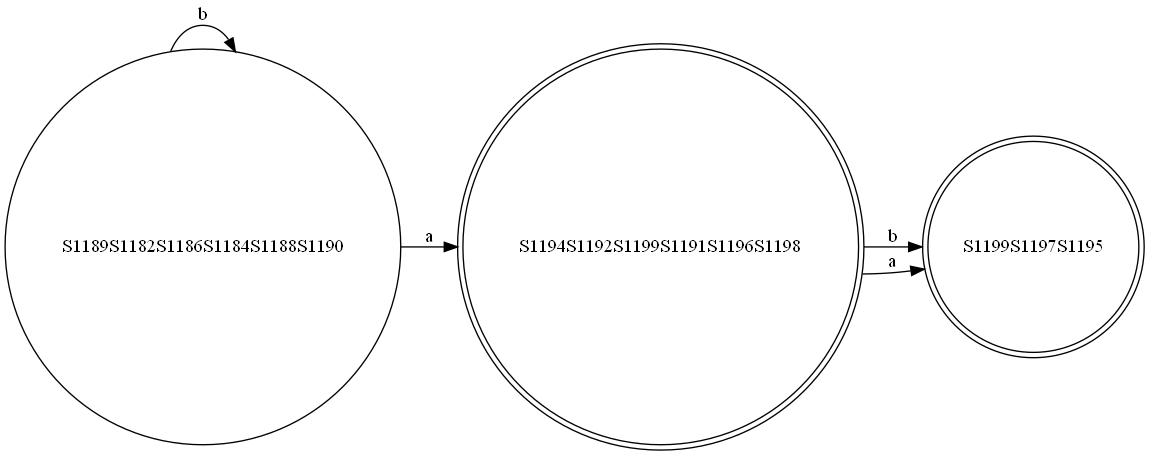
abdelazizSalah/RegExp_NFA_DFA_DFAMinimization keeps this Graphviz diagram as finalCode/test-output/minimizedDFA.gv.png. Above is the earlier version. Its source is kept beside it as finalCode/test-output/minimizedDFA.gv. The source it was exported from:
```dot
digraph {
	graph [rankdir=LR]
	S1189S1182S1186S1184S1188S1190 [label=S1189S1182S1186S1184S1188S1190 shape=circle]
	S1189S1182S1186S1184S1188S1190 -> S1194S1192S1199S1191S1196S1198 [label=a]
	S1189S1182S1186S1184S1188S1190 -> S1189S1182S1186S1184S1188S1190 [label=b]
	S1194S1192S1199S1191S1196S1198 [label=S1194S1192S1199S1191S1196S1198 shape=doublecircle]
	S1194S1192S1199S1191S1196S1198 -> S1199S1197S1195 [label=b]
	S1194S1192S1199S1191S1196S1198 -> S1199S1197S1195 [label=a]
	S1199S1197S1195 [label=S1199S1197S1195 shape=doublecircle]
}
```
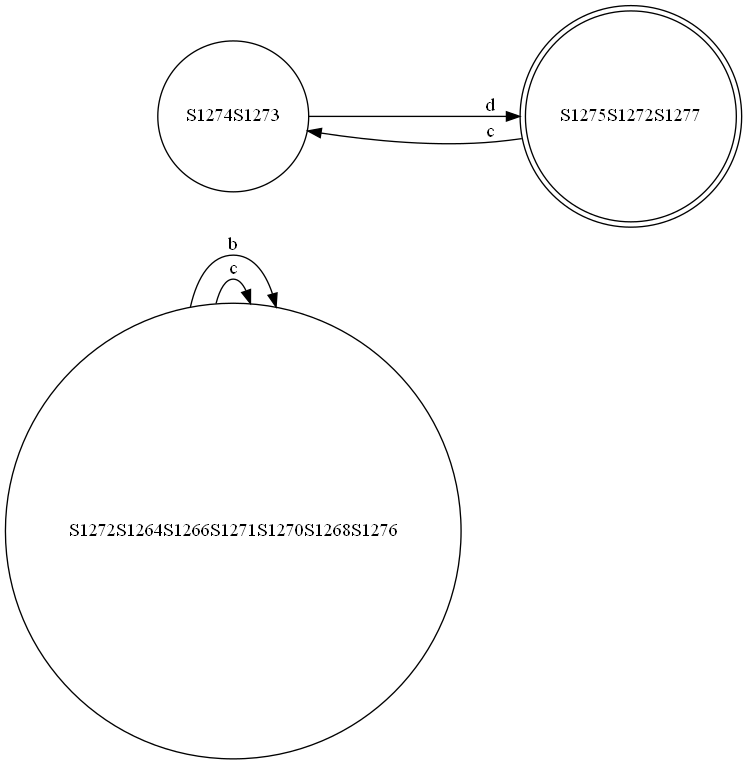
The same file after the commit.

What changed in the source:
```diff
@@ -1,10 +1,10 @@
 digraph {
 	graph [rankdir=LR]
-	S1189S1182S1186S1184S1188S1190 [label=S1189S1182S1186S1184S1188S1190 shape=circle]
-	S1189S1182S1186S1184S1188S1190 -> S1194S1192S1199S1191S1196S1198 [label=a]
-	S1189S1182S1186S1184S1188S1190 -> S1189S1182S1186S1184S1188S1190 [label=b]
-	S1194S1192S1199S1191S1196S1198 [label=S1194S1192S1199S1191S1196S1198 shape=doublecircle]
-	S1194S1192S1199S1191S1196S1198 -> S1199S1197S1195 [label=b]
-	S1194S1192S1199S1191S1196S1198 -> S1199S1197S1195 [label=a]
-	S1199S1197S1195 [label=S1199S1197S1195 shape=doublecircle]
+	S1272S1264S1266S1271S1270S1268S1276 [label=S1272S1264S1266S1271S1270S1268S1276 shape=circle]
+	S1272S1264S1266S1271S1270S1268S1276 -> S1272S1264S1266S1271S1270S1268S1276 [label=c]
+	S1272S1264S1266S1271S1270S1268S1276 -> S1272S1264S1266S1271S1270S1268S1276 [label=b]
+	S1274S1273 [label=S1274S1273 shape=circle]
+	S1274S1273 -> S1275S1272S1277 [label=d]
+	S1275S1272S1277 [label=S1275S1272S1277 shape=doublecircle]
+	S1275S1272S1277 -> S1274S1273 [label=c]
 }
```
